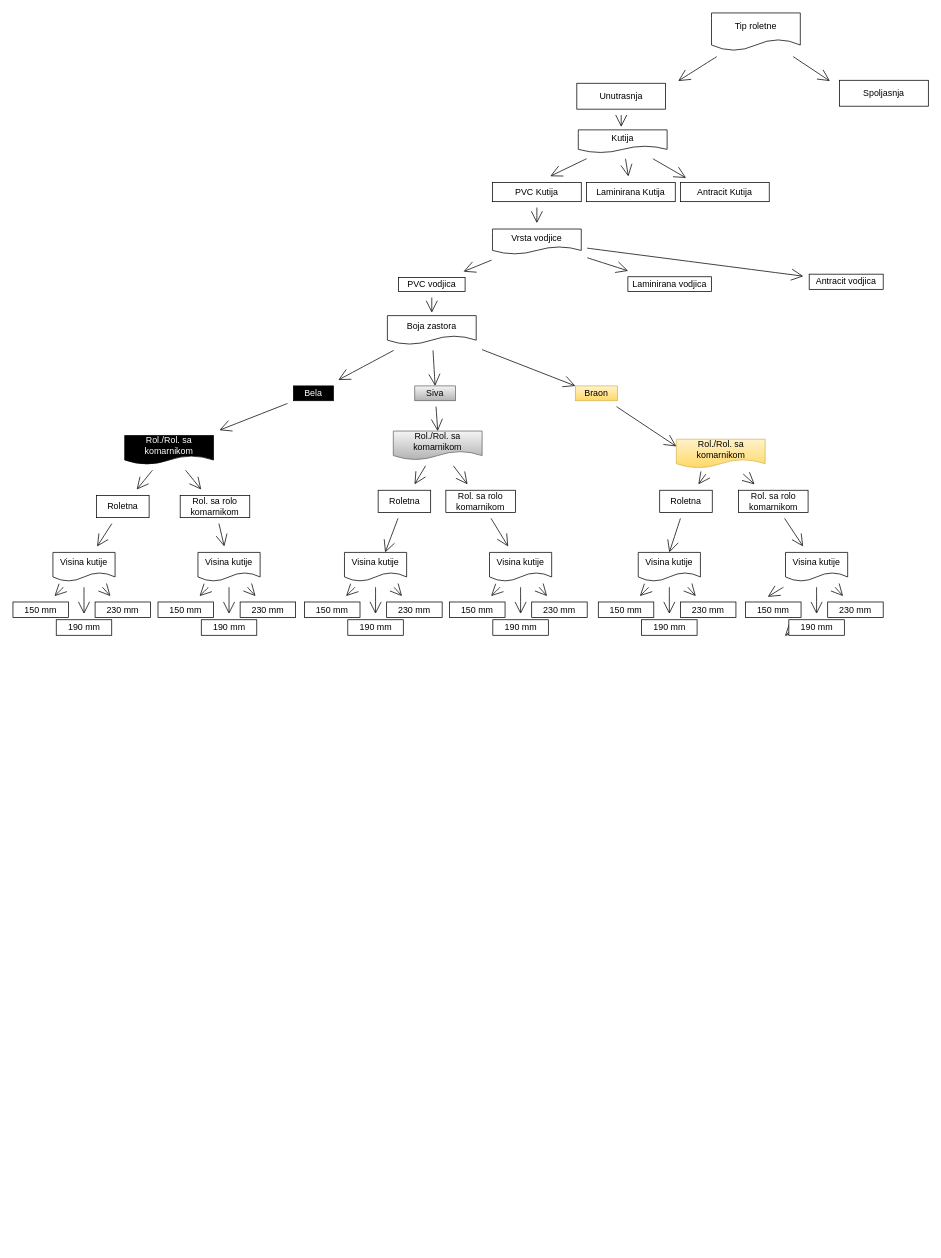
The draw.io diagram page "Page-2" (2 of 2) of Plan i program.drawio in dejan-aleksic/PMF-IoT, before the edit. Source tidied: cells renumbered, new cells numbered last; positions are measured from the earlier drawing's top-left corner, leaving out a move shared by most shapes. Both pictures are drawn from the tidied source at 74%, with x=0, y=0 at pixel (13, 13).
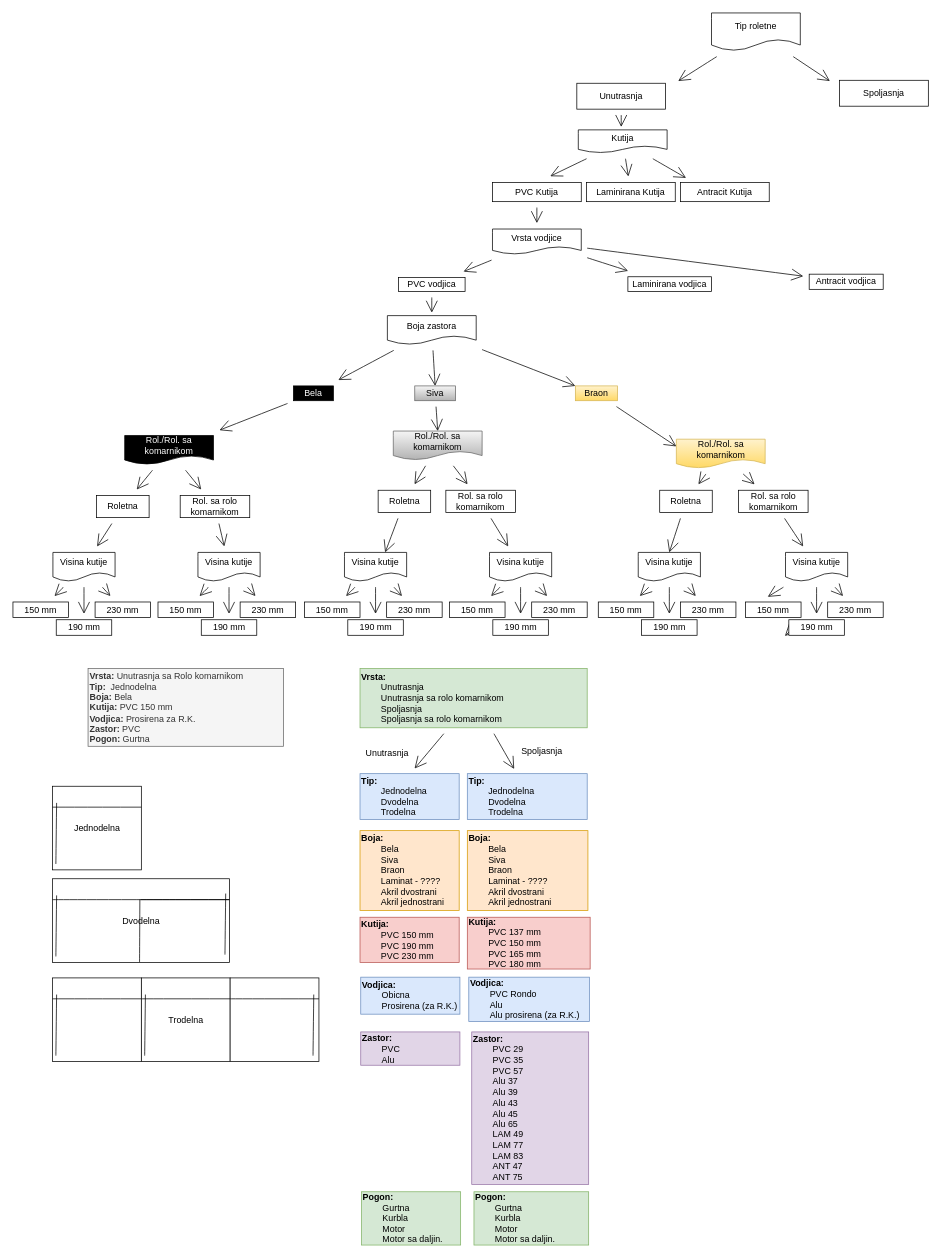
After the change.

Change to the diagram source:
```diff
@@
+    <mxCell id="98" value="&lt;b&gt;Boja:&lt;br&gt;&lt;/b&gt;&lt;span style=&quot;white-space: pre;&quot;&gt;&#9;&lt;/span&gt;Bela&lt;br&gt;&lt;span style=&quot;white-space: pre;&quot;&gt;&#9;&lt;/span&gt;Siva&lt;br&gt;&lt;span style=&quot;white-space: pre;&quot;&gt;&#9;&lt;/span&gt;Braon&lt;br&gt;&lt;span style=&quot;white-space: pre;&quot;&gt;&#9;&lt;/span&gt;Laminat - ????&lt;br&gt;&lt;span style=&quot;white-space: pre;&quot;&gt;&#9;&lt;/span&gt;Akril dvostrani&lt;br&gt;&lt;span style=&quot;white-space: pre;&quot;&gt;&#9;&lt;/span&gt;Akril jednostrani" style="text;html=1;align=left;verticalAlign=middle;whiteSpace=wrap;rounded=0;labelPosition=center;verticalLabelPosition=middle;fillColor=#ffe6cc;strokeColor=#d79b00;" parent="1" vertex="1">
+      <mxGeometry x="469" y="1105" width="134" height="108" as="geometry" />
+    </mxCell>
+    <mxCell id="99" value="&lt;b&gt;Kutija:&lt;br&gt;&lt;/b&gt;&lt;span style=&quot;white-space: pre;&quot;&gt;&#9;&lt;/span&gt;PVC 150 mm&lt;br&gt;&lt;span style=&quot;white-space: pre;&quot;&gt;&#9;&lt;/span&gt;PVC 190 mm&lt;br&gt;&lt;span style=&quot;white-space: pre;&quot;&gt;&#9;&lt;/span&gt;PVC 230 mm" style="text;html=1;align=left;verticalAlign=middle;whiteSpace=wrap;rounded=0;labelPosition=center;verticalLabelPosition=middle;fillColor=#f8cecc;strokeColor=#b85450;" parent="1" vertex="1">
+      <mxGeometry x="469" y="1222" width="134" height="61" as="geometry" />
+    </mxCell>
+    <mxCell id="100" value="&lt;b&gt;Vodjica:&lt;br&gt;&lt;/b&gt;&lt;span style=&quot;white-space: pre;&quot;&gt;&#9;&lt;/span&gt;Obicna&lt;br&gt;&lt;span style=&quot;white-space: pre;&quot;&gt;&#9;&lt;/span&gt;Prosirena (za R.K.)" style="text;html=1;align=left;verticalAlign=middle;whiteSpace=wrap;rounded=0;labelPosition=center;verticalLabelPosition=middle;fillColor=#dae8fc;strokeColor=#6c8ebf;" parent="1" vertex="1">
+      <mxGeometry x="470" y="1303" width="134" height="50" as="geometry" />
+    </mxCell>
+    <mxCell id="101" value="&lt;b&gt;Zastor:&lt;br&gt;&lt;/b&gt;&lt;span style=&quot;white-space: pre;&quot;&gt;&#9;&lt;/span&gt;PVC&lt;br&gt;&lt;span style=&quot;white-space: pre;&quot;&gt;&#9;&lt;/span&gt;Alu" style="text;html=1;align=left;verticalAlign=middle;whiteSpace=wrap;rounded=0;labelPosition=center;verticalLabelPosition=middle;fillColor=#e1d5e7;strokeColor=#9673a6;" parent="1" vertex="1">
+      <mxGeometry x="470" y="1377" width="134" height="45" as="geometry" />
+    </mxCell>
+    <mxCell id="102" value="Jednodelna" style="rounded=0;whiteSpace=wrap;html=1;" parent="1" vertex="1">
+      <mxGeometry x="53.5" y="1045" width="120" height="113" as="geometry" />
+    </mxCell>
+    <mxCell id="103" style="endArrow=none;html=1;rounded=0;startSize=14;endSize=14;sourcePerimeterSpacing=8;targetPerimeterSpacing=8;curved=1;exitX=0;exitY=0.25;exitDx=0;exitDy=0;entryX=1;entryY=0.25;entryDx=0;entryDy=0;" parent="1" edge="1" source="102" target="102">
+      <mxGeometry relative="1" as="geometry" />
+    </mxCell>
+    <mxCell id="104" style="endArrow=none;html=1;rounded=0;startSize=14;endSize=14;sourcePerimeterSpacing=8;targetPerimeterSpacing=8;curved=1;" parent="1" edge="1">
+      <mxGeometry relative="1" as="geometry">
+        <mxPoint x="58" y="1150" as="sourcePoint" />
+        <mxPoint x="59" y="1067.5" as="targetPoint" />
+      </mxGeometry>
+    </mxCell>
+    <mxCell id="105" value="Dvodelna" style="rounded=0;whiteSpace=wrap;html=1;" parent="1" vertex="1">
+      <mxGeometry x="53.5" y="1170" width="239" height="113" as="geometry" />
+    </mxCell>
+    <mxCell id="106" style="endArrow=none;html=1;rounded=0;startSize=14;endSize=14;sourcePerimeterSpacing=8;targetPerimeterSpacing=8;curved=1;exitX=0;exitY=0.25;exitDx=0;exitDy=0;entryX=1;entryY=0.25;entryDx=0;entryDy=0;" parent="1" edge="1" source="105" target="105">
+      <mxGeometry relative="1" as="geometry" />
+    </mxCell>
+    <mxCell id="107" style="endArrow=none;html=1;rounded=0;startSize=14;endSize=14;sourcePerimeterSpacing=8;targetPerimeterSpacing=8;curved=1;" parent="1" edge="1">
+      <mxGeometry relative="1" as="geometry">
+        <mxPoint x="58" y="1275" as="sourcePoint" />
+        <mxPoint x="59" y="1192.5" as="targetPoint" />
+      </mxGeometry>
+    </mxCell>
+    <mxCell id="108" style="endArrow=none;html=1;rounded=0;startSize=14;endSize=14;sourcePerimeterSpacing=8;targetPerimeterSpacing=8;curved=1;exitX=0;exitY=0.25;exitDx=0;exitDy=0;entryX=1;entryY=0.25;entryDx=0;entryDy=0;" parent="1" edge="1">
+      <mxGeometry relative="1" as="geometry">
+        <mxPoint x="172.5" y="1198.2" as="sourcePoint" />
+        <mxPoint x="292.5" y="1198.2" as="targetPoint" />
+      </mxGeometry>
+    </mxCell>
+    <mxCell id="109" style="endArrow=none;html=1;rounded=0;startSize=14;endSize=14;sourcePerimeterSpacing=8;targetPerimeterSpacing=8;curved=1;" parent="1" edge="1">
+      <mxGeometry relative="1" as="geometry">
+        <mxPoint x="286.5" y="1272.5" as="sourcePoint" />
+        <mxPoint x="287.5" y="1190" as="targetPoint" />
+      </mxGeometry>
+    </mxCell>
+    <mxCell id="110" style="endArrow=none;html=1;rounded=0;startSize=14;endSize=14;sourcePerimeterSpacing=8;targetPerimeterSpacing=8;curved=1;exitX=0.492;exitY=0.997;exitDx=0;exitDy=0;exitPerimeter=0;" parent="1" edge="1" source="105">
+      <mxGeometry relative="1" as="geometry">
+        <mxPoint x="171.5" y="1198" as="targetPoint" />
+      </mxGeometry>
+    </mxCell>
+    <mxCell id="111" style="rounded=0;whiteSpace=wrap;html=1;" parent="1" vertex="1">
+      <mxGeometry x="53.5" y="1304" width="120" height="113" as="geometry" />
+    </mxCell>
+    <mxCell id="112" style="endArrow=none;html=1;rounded=0;startSize=14;endSize=14;sourcePerimeterSpacing=8;targetPerimeterSpacing=8;curved=1;exitX=0;exitY=0.25;exitDx=0;exitDy=0;entryX=1;entryY=0.25;entryDx=0;entryDy=0;" parent="1" edge="1" source="111" target="111">
+      <mxGeometry relative="1" as="geometry" />
+    </mxCell>
+    <mxCell id="113" style="endArrow=none;html=1;rounded=0;startSize=14;endSize=14;sourcePerimeterSpacing=8;targetPerimeterSpacing=8;curved=1;" parent="1" edge="1">
+      <mxGeometry relative="1" as="geometry">
+        <mxPoint x="58" y="1409" as="sourcePoint" />
+        <mxPoint x="59" y="1326.5" as="targetPoint" />
+      </mxGeometry>
+    </mxCell>
+    <mxCell id="114" value="Trodelna" style="rounded=0;whiteSpace=wrap;html=1;" parent="1" vertex="1">
+      <mxGeometry x="173.5" y="1304" width="120" height="113" as="geometry" />
+    </mxCell>
+    <mxCell id="115" style="endArrow=none;html=1;rounded=0;startSize=14;endSize=14;sourcePerimeterSpacing=8;targetPerimeterSpacing=8;curved=1;exitX=0;exitY=0.25;exitDx=0;exitDy=0;entryX=1;entryY=0.25;entryDx=0;entryDy=0;" parent="1" edge="1" source="114" target="114">
+      <mxGeometry relative="1" as="geometry" />
+    </mxCell>
+    <mxCell id="116" style="endArrow=none;html=1;rounded=0;startSize=14;endSize=14;sourcePerimeterSpacing=8;targetPerimeterSpacing=8;curved=1;" parent="1" edge="1">
+      <mxGeometry relative="1" as="geometry">
+        <mxPoint x="178" y="1409" as="sourcePoint" />
+        <mxPoint x="179" y="1326.5" as="targetPoint" />
+      </mxGeometry>
+    </mxCell>
+    <mxCell id="117" style="rounded=0;whiteSpace=wrap;html=1;" parent="1" vertex="1">
+      <mxGeometry x="293.5" y="1304" width="120" height="113" as="geometry" />
+    </mxCell>
+    <mxCell id="118" style="endArrow=none;html=1;rounded=0;startSize=14;endSize=14;sourcePerimeterSpacing=8;targetPerimeterSpacing=8;curved=1;exitX=0;exitY=0.25;exitDx=0;exitDy=0;entryX=1;entryY=0.25;entryDx=0;entryDy=0;" parent="1" edge="1" source="117" target="117">
+      <mxGeometry relative="1" as="geometry" />
+    </mxCell>
+    <mxCell id="119" style="endArrow=none;html=1;rounded=0;startSize=14;endSize=14;sourcePerimeterSpacing=8;targetPerimeterSpacing=8;curved=1;" parent="1" edge="1">
+      <mxGeometry relative="1" as="geometry">
+        <mxPoint x="405.5" y="1409" as="sourcePoint" />
+        <mxPoint x="406.5" y="1326.5" as="targetPoint" />
+      </mxGeometry>
+    </mxCell>
+    <mxCell id="120" value="&lt;b&gt;Vrsta: &lt;/b&gt;Unutrasnja sa Rolo komarnikom&lt;br&gt;&lt;b&gt;Tip:&amp;nbsp;&lt;/b&gt;&amp;nbsp;Jednodelna&lt;br&gt;&lt;b&gt;Boja:&lt;/b&gt; Bela&lt;br&gt;&lt;b style=&quot;border-color: var(--border-color);&quot;&gt;Kutija:&lt;/b&gt;&amp;nbsp;PVC 150 mm&lt;br&gt;&lt;b&gt;Vodjica: &lt;/b&gt;Prosirena za R.K.&lt;br&gt;&lt;b&gt;Zastor:&lt;/b&gt; PVC&lt;br&gt;&lt;b&gt;Pogon: &lt;/b&gt;Gurtna" style="text;html=1;align=left;verticalAlign=middle;whiteSpace=wrap;rounded=0;labelPosition=center;verticalLabelPosition=middle;fillColor=#f5f5f5;fontColor=#333333;strokeColor=#666666;" parent="1" vertex="1">
+      <mxGeometry x="101.5" y="886" width="264" height="105" as="geometry" />
+    </mxCell>
+    <mxCell id="121" value="&lt;b&gt;Pogon:&lt;br&gt;&lt;/b&gt;&lt;span style=&quot;white-space: pre;&quot;&gt;&#9;&lt;/span&gt;Gurtna&lt;br&gt;&lt;span style=&quot;white-space: pre;&quot;&gt;&#9;&lt;/span&gt;Kurbla&lt;br&gt;&lt;span style=&quot;white-space: pre;&quot;&gt;&#9;&lt;/span&gt;Motor&lt;br&gt;&lt;span style=&quot;white-space: pre;&quot;&gt;&#9;&lt;/span&gt;Motor sa daljin." style="text;html=1;align=left;verticalAlign=middle;whiteSpace=wrap;rounded=0;labelPosition=center;verticalLabelPosition=middle;fillColor=#d5e8d4;strokeColor=#82b366;" parent="1" vertex="1">
+      <mxGeometry x="471" y="1593" width="134" height="72" as="geometry" />
+    </mxCell>
+    <mxCell id="122" value="&lt;b&gt;Boja:&lt;br&gt;&lt;/b&gt;&lt;span style=&quot;white-space: pre;&quot;&gt;&#9;&lt;/span&gt;Bela&lt;br&gt;&lt;span style=&quot;white-space: pre;&quot;&gt;&#9;&lt;/span&gt;Siva&lt;br&gt;&lt;span style=&quot;white-space: pre;&quot;&gt;&#9;&lt;/span&gt;Braon&lt;br&gt;&lt;span style=&quot;white-space: pre;&quot;&gt;&#9;&lt;/span&gt;Laminat - ????&lt;br&gt;&lt;span style=&quot;white-space: pre;&quot;&gt;&#9;&lt;/span&gt;Akril dvostrani&lt;br&gt;&lt;span style=&quot;white-space: pre;&quot;&gt;&#9;&lt;/span&gt;Akril jednostrani" style="text;html=1;align=left;verticalAlign=middle;whiteSpace=wrap;rounded=0;labelPosition=center;verticalLabelPosition=middle;fillColor=#ffe6cc;strokeColor=#d79b00;" parent="1" vertex="1">
+      <mxGeometry x="614" y="1105" width="163" height="108" as="geometry" />
+    </mxCell>
+    <mxCell id="123" value="&lt;b&gt;Kutija:&lt;br&gt;&lt;/b&gt;&lt;span style=&quot;white-space: pre;&quot;&gt;&#9;&lt;/span&gt;PVC 137 mm&lt;br&gt;&lt;span style=&quot;white-space: pre;&quot;&gt;&#9;&lt;/span&gt;PVC 150 mm&lt;br&gt;&lt;span style=&quot;white-space: pre;&quot;&gt;&#9;&lt;/span&gt;PVC 165 mm&lt;br&gt;&lt;span style=&quot;white-space: pre;&quot;&gt;&#9;&lt;/span&gt;PVC 180 mm" style="text;html=1;align=left;verticalAlign=middle;whiteSpace=wrap;rounded=0;labelPosition=center;verticalLabelPosition=middle;fillColor=#f8cecc;strokeColor=#b85450;" parent="1" vertex="1">
+      <mxGeometry x="614" y="1222" width="166" height="70" as="geometry" />
+    </mxCell>
+    <mxCell id="124" value="&lt;b&gt;Vodjica:&lt;br&gt;&lt;/b&gt;&lt;span style=&quot;white-space: pre;&quot;&gt;&#9;&lt;/span&gt;PVC Rondo&lt;br&gt;&lt;span style=&quot;white-space: pre;&quot;&gt;&#9;&lt;/span&gt;Alu&lt;br&gt;&lt;span style=&quot;white-space: pre;&quot;&gt;&#9;&lt;/span&gt;Alu prosirena (za R.K.)" style="text;html=1;align=left;verticalAlign=middle;whiteSpace=wrap;rounded=0;labelPosition=center;verticalLabelPosition=middle;fillColor=#dae8fc;strokeColor=#6c8ebf;" parent="1" vertex="1">
+      <mxGeometry x="616" y="1303" width="163" height="60" as="geometry" />
+    </mxCell>
+    <mxCell id="125" value="&lt;b&gt;Zastor:&lt;br&gt;&lt;/b&gt;&lt;span style=&quot;white-space: pre;&quot;&gt;&#9;&lt;/span&gt;PVC 29&lt;br&gt;&lt;span style=&quot;white-space: pre;&quot;&gt;&#9;&lt;/span&gt;PVC 35&lt;br&gt;&lt;span style=&quot;white-space: pre;&quot;&gt;&#9;&lt;/span&gt;PVC 57&lt;br&gt;&lt;span style=&quot;white-space: pre;&quot;&gt;&#9;&lt;/span&gt;Alu 37&lt;br&gt;&lt;span style=&quot;white-space: pre;&quot;&gt;&#9;&lt;/span&gt;Alu 39&lt;br&gt;&lt;span style=&quot;white-space: pre;&quot;&gt;&#9;&lt;/span&gt;Alu 43&lt;br&gt;&lt;span style=&quot;white-space: pre;&quot;&gt;&#9;&lt;/span&gt;Alu 45&lt;br&gt;&lt;span style=&quot;white-space: pre;&quot;&gt;&#9;&lt;/span&gt;Alu 65&lt;br&gt;&lt;span style=&quot;white-space: pre;&quot;&gt;&#9;&lt;/span&gt;LAM 49&lt;br&gt;&lt;span style=&quot;white-space: pre;&quot;&gt;&#9;&lt;/span&gt;LAM 77&lt;br&gt;&lt;span style=&quot;white-space: pre;&quot;&gt;&#9;&lt;/span&gt;LAM 83&lt;br&gt;&lt;span style=&quot;white-space: pre;&quot;&gt;&#9;&lt;/span&gt;ANT 47&lt;br&gt;&lt;span style=&quot;white-space: pre;&quot;&gt;&#9;&lt;/span&gt;ANT 75" style="text;html=1;align=left;verticalAlign=middle;whiteSpace=wrap;rounded=0;labelPosition=center;verticalLabelPosition=middle;fillColor=#e1d5e7;strokeColor=#9673a6;" parent="1" vertex="1">
+      <mxGeometry x="620" y="1377" width="158" height="206" as="geometry" />
+    </mxCell>
+    <mxCell id="126" value="&lt;b&gt;Pogon:&lt;br&gt;&lt;/b&gt;&lt;span style=&quot;white-space: pre;&quot;&gt;&#9;&lt;/span&gt;Gurtna&lt;br&gt;&lt;span style=&quot;white-space: pre;&quot;&gt;&#9;&lt;/span&gt;Kurbla&lt;br&gt;&lt;span style=&quot;white-space: pre;&quot;&gt;&#9;&lt;/span&gt;Motor&lt;br&gt;&lt;span style=&quot;white-space: pre;&quot;&gt;&#9;&lt;/span&gt;Motor sa daljin." style="text;html=1;align=left;verticalAlign=middle;whiteSpace=wrap;rounded=0;labelPosition=center;verticalLabelPosition=middle;fillColor=#d5e8d4;strokeColor=#82b366;" parent="1" vertex="1">
+      <mxGeometry x="623" y="1593" width="155" height="72" as="geometry" />
+    </mxCell>
+    <mxCell id="127" style="edgeStyle=none;curved=1;rounded=0;jettySize=auto;html=1;endArrow=open;startSize=14;endSize=14;sourcePerimeterSpacing=8;targetPerimeterSpacing=8;" parent="1" edge="1" source="129">
+      <mxGeometry relative="1" as="geometry">
+        <mxPoint x="542.8" y="1021" as="targetPoint" />
+      </mxGeometry>
+    </mxCell>
+    <mxCell id="128" style="edgeStyle=none;curved=1;rounded=0;jettySize=auto;html=1;endArrow=open;startSize=14;endSize=14;sourcePerimeterSpacing=8;targetPerimeterSpacing=8;" parent="1" edge="1" source="129">
+      <mxGeometry relative="1" as="geometry">
+        <mxPoint x="677.3" y="1021.6" as="targetPoint" />
+      </mxGeometry>
+    </mxCell>
+    <mxCell id="129" value="&lt;b&gt;Vrsta:&lt;br&gt;&lt;/b&gt;&lt;span style=&quot;white-space: pre;&quot;&gt;&#9;&lt;/span&gt;Unutrasnja&lt;br&gt;&lt;span style=&quot;white-space: pre;&quot;&gt;&#9;&lt;/span&gt;Unutrasnja sa rolo komarnikom&lt;br&gt;&lt;span style=&quot;white-space: pre;&quot;&gt;&#9;&lt;/span&gt;Spoljasnja&lt;br&gt;&lt;span style=&quot;white-space: pre;&quot;&gt;&#9;&lt;/span&gt;Spoljasnja sa rolo komarnikom" style="text;html=1;align=left;verticalAlign=middle;whiteSpace=wrap;rounded=0;labelPosition=center;verticalLabelPosition=middle;fillColor=#d5e8d4;strokeColor=#82b366;" parent="1" vertex="1">
+      <mxGeometry x="469" y="886" width="307" height="80" as="geometry" />
+    </mxCell>
+    <mxCell id="130" value="Unutrasnja" style="text;strokeColor=none;fillColor=none;html=1;align=center;verticalAlign=middle;whiteSpace=wrap;rounded=0;" parent="1" vertex="1">
+      <mxGeometry x="476" y="986" width="60" height="30" as="geometry" />
+    </mxCell>
+    <mxCell id="131" value="Spoljasnja" style="text;strokeColor=none;fillColor=none;html=1;align=center;verticalAlign=middle;whiteSpace=wrap;rounded=0;" parent="1" vertex="1">
+      <mxGeometry x="685" y="983" width="60" height="30" as="geometry" />
+    </mxCell>
+    <mxCell id="132" value="&lt;b&gt;Tip:&lt;br&gt;&lt;/b&gt;&lt;span style=&quot;white-space: pre;&quot;&gt;&#9;&lt;/span&gt;Jednodelna&lt;br&gt;&lt;span style=&quot;white-space: pre;&quot;&gt;&#9;&lt;/span&gt;Dvodelna&lt;br&gt;&lt;span style=&quot;white-space: pre;&quot;&gt;&#9;&lt;/span&gt;Trodelna" style="text;html=1;align=left;verticalAlign=middle;whiteSpace=wrap;rounded=0;labelPosition=center;verticalLabelPosition=middle;fillColor=#dae8fc;strokeColor=#6c8ebf;" parent="1" vertex="1">
+      <mxGeometry x="469" y="1028" width="134" height="62" as="geometry" />
+    </mxCell>
+    <mxCell id="133" value="&lt;b&gt;Tip:&lt;br&gt;&lt;/b&gt;&lt;span style=&quot;white-space: pre;&quot;&gt;&#9;&lt;/span&gt;Jednodelna&lt;br&gt;&lt;span style=&quot;white-space: pre;&quot;&gt;&#9;&lt;/span&gt;Dvodelna&lt;br&gt;&lt;span style=&quot;white-space: pre;&quot;&gt;&#9;&lt;/span&gt;Trodelna" style="text;html=1;align=left;verticalAlign=middle;whiteSpace=wrap;rounded=0;labelPosition=center;verticalLabelPosition=middle;fillColor=#dae8fc;strokeColor=#6c8ebf;" parent="1" vertex="1">
+      <mxGeometry x="614" y="1028" width="162" height="62" as="geometry" />
+    </mxCell>
```
